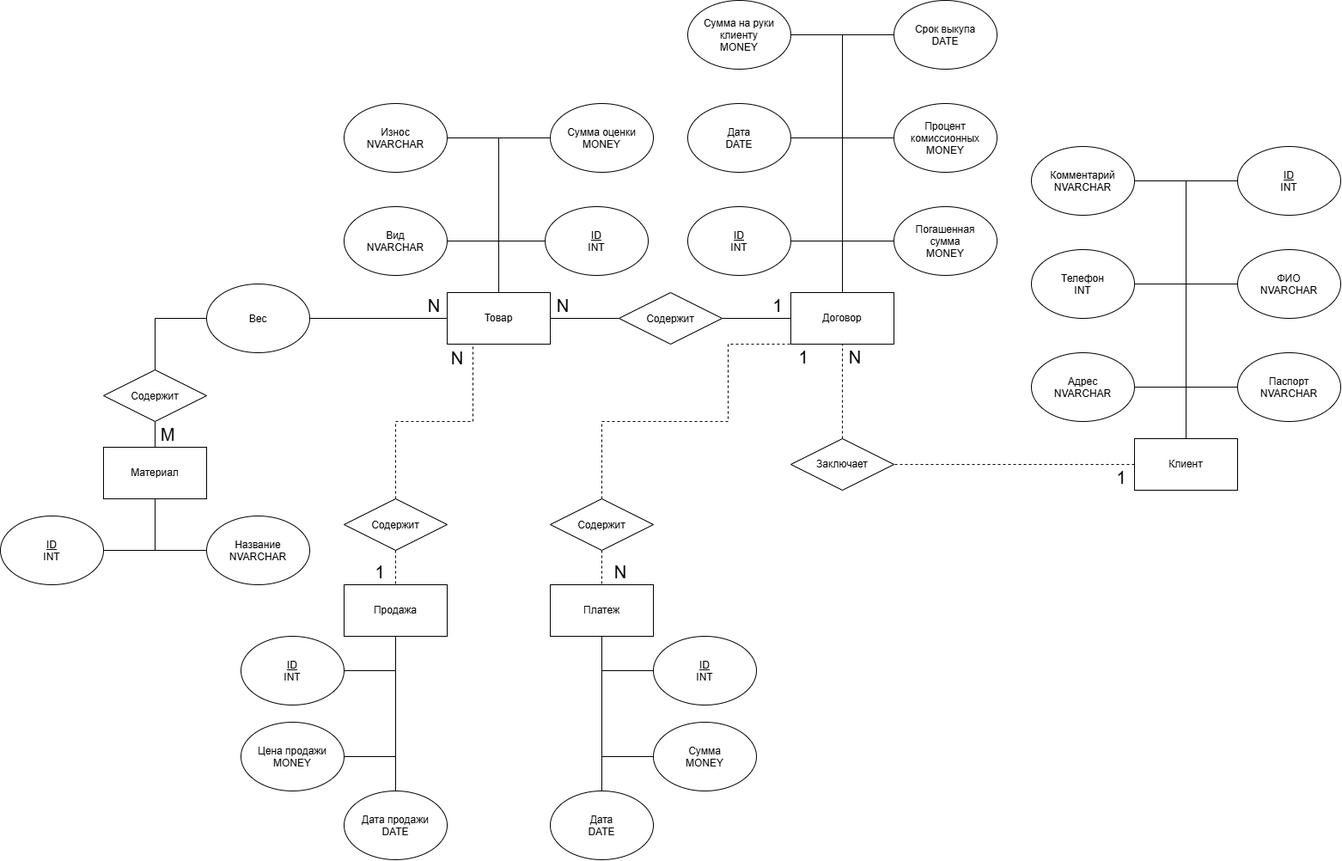
Before: Лабораторная работа 1/Ломбард ER модель.png, a diagram exported from draw.io (STIRLICO/DateBase). Source tidied: cells renumbered, new cells last; positions are measured from the earlier drawing's top-left corner, leaving out a move shared by most shapes.
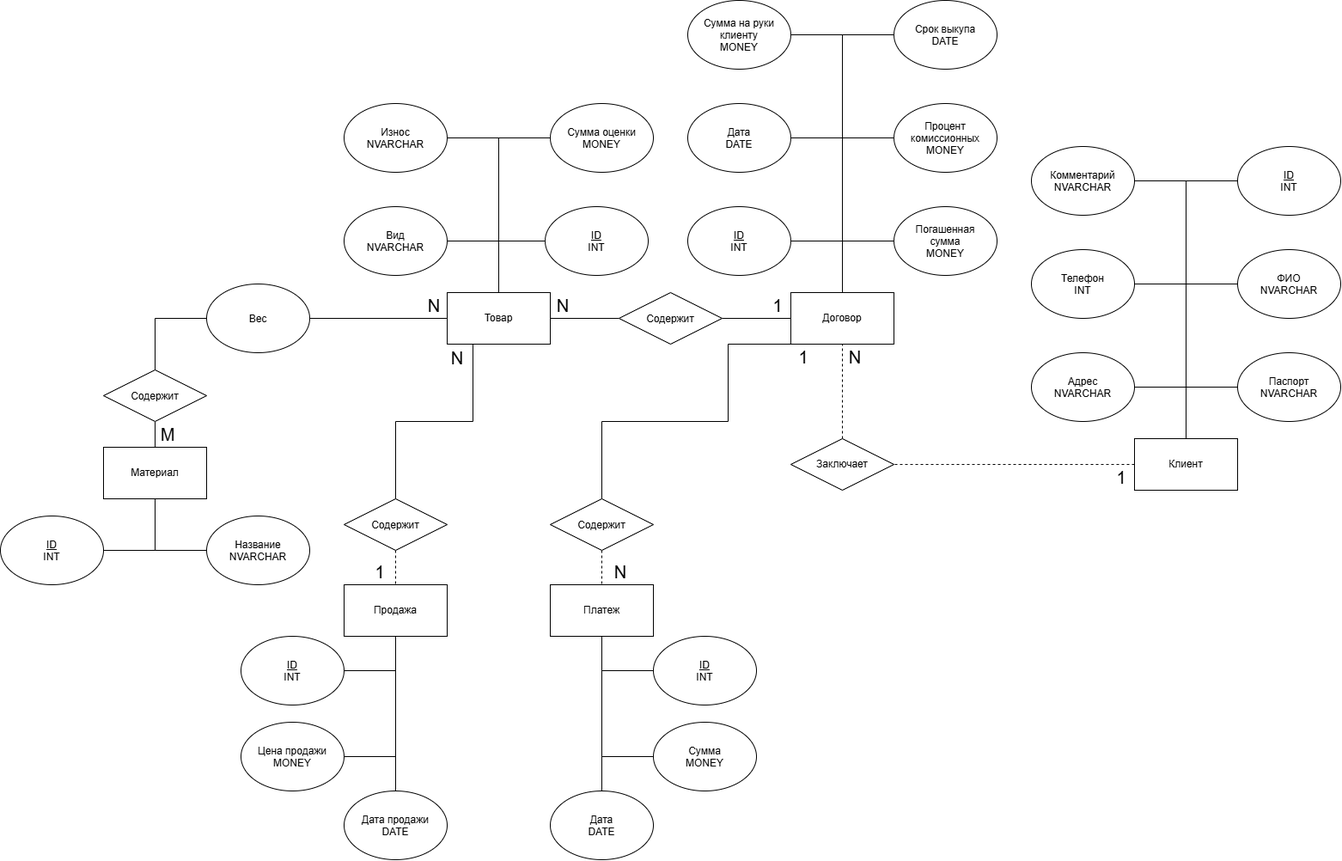
After the change.

Commit message:
Конечные правки

What changed in the source:
```diff
@@ -217,7 +217,7 @@
     <mxCell id="71" style="edgeStyle=orthogonalEdgeStyle;rounded=0;jettySize=auto;html=1;exitX=0.5;exitY=1;exitDx=0;exitDy=0;entryX=0.5;entryY=0;entryDx=0;entryDy=0;dashed=1;endArrow=none;endFill=0;" parent="1" edge="1" source="73" target="23">
       <mxGeometry relative="1" as="geometry" />
     </mxCell>
-    <mxCell id="72" style="edgeStyle=orthogonalEdgeStyle;rounded=0;jettySize=auto;html=1;exitX=0.5;exitY=0;exitDx=0;exitDy=0;entryX=0.25;entryY=1;entryDx=0;entryDy=0;dashed=1;endArrow=none;endFill=0;" parent="1" edge="1" source="73" target="7">
+    <mxCell id="72" style="edgeStyle=orthogonalEdgeStyle;rounded=0;jettySize=auto;html=1;exitX=0.5;exitY=0;exitDx=0;exitDy=0;entryX=0.25;entryY=1;entryDx=0;entryDy=0;endArrow=none;endFill=0;" parent="1" edge="1" source="73" target="7">
       <mxGeometry relative="1" as="geometry">
         <Array as="points">
           <mxPoint x="700" y="490" />
@@ -232,7 +232,7 @@
     <mxCell id="74" style="edgeStyle=orthogonalEdgeStyle;rounded=0;jettySize=auto;html=1;exitX=0.5;exitY=1;exitDx=0;exitDy=0;entryX=0.5;entryY=0;entryDx=0;entryDy=0;endArrow=none;endFill=0;dashed=1;" parent="1" edge="1" source="76" target="22">
       <mxGeometry relative="1" as="geometry" />
     </mxCell>
-    <mxCell id="75" style="edgeStyle=orthogonalEdgeStyle;rounded=0;jettySize=auto;html=1;exitX=0.5;exitY=0;exitDx=0;exitDy=0;entryX=0.25;entryY=1;entryDx=0;entryDy=0;dashed=1;endArrow=none;endFill=0;" parent="1" edge="1" source="76" target="5">
+    <mxCell id="75" style="edgeStyle=orthogonalEdgeStyle;rounded=0;jettySize=auto;html=1;exitX=0.5;exitY=0;exitDx=0;exitDy=0;entryX=0.25;entryY=1;entryDx=0;entryDy=0;endArrow=none;endFill=0;" parent="1" edge="1" source="76" target="5">
       <mxGeometry relative="1" as="geometry" />
     </mxCell>
     <mxCell id="76" value="Содержит" style="rhombus;whiteSpace=wrap;html=1;shapeInside=1;" parent="1" vertex="1">
```
